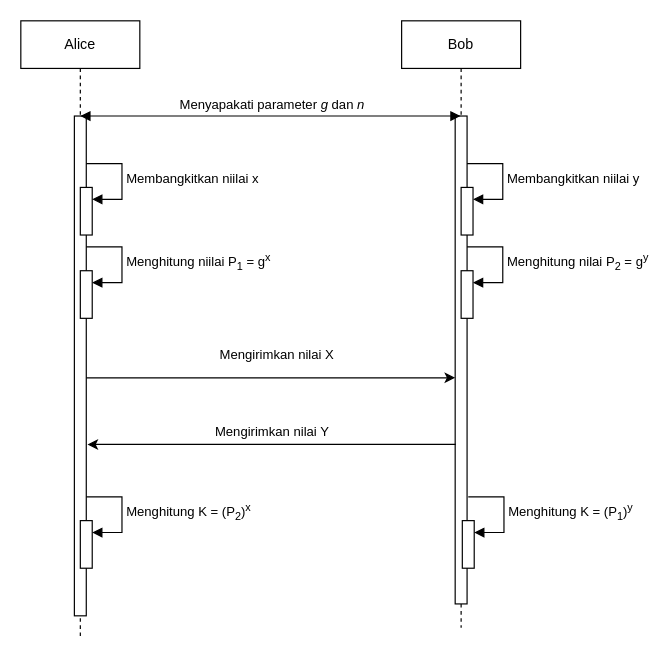
This is src/chapters/res/chapter-2/res/DH.drawio from bayusamudra5502/ta-kriptografi, a draw.io file, before an edit. Source tidied: cells renumbered, new cells numbered last; positions are measured from the earlier drawing's top-left corner, leaving out a move shared by most shapes. Both pictures are drawn from the tidied source at 119%, with x=0, y=0 at pixel (20, 20).
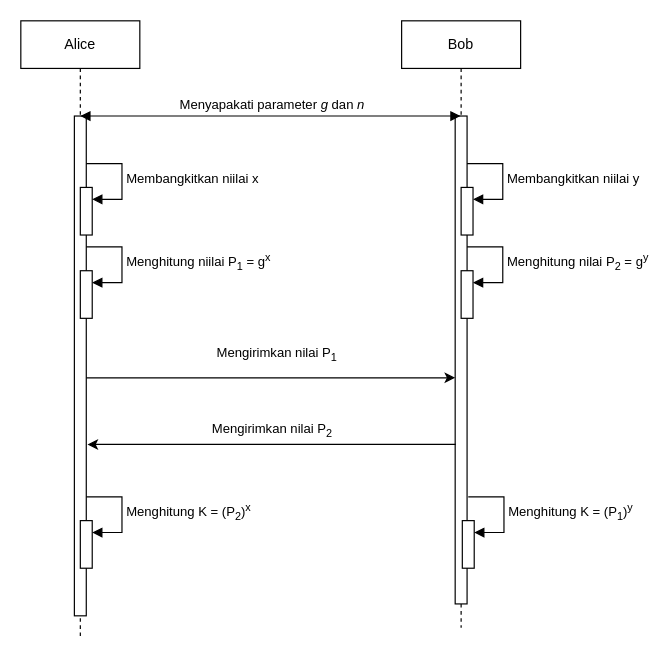
Above is the later version.

Unchanged cells that the change refers to:
```xml
<mxCell id="20" style="endArrow=classic;html=1;rounded=0;" parent="1" edge="1" source="3">
  <mxGeometry relative="1" as="geometry">
    <mxPoint x="365" y="300" as="targetPoint" />
  </mxGeometry>
</mxCell>
<mxCell id="22" style="endArrow=classic;html=1;rounded=0;" parent="1" edge="1">
  <mxGeometry relative="1" as="geometry">
    <mxPoint x="365.5" y="356" as="sourcePoint" />
    <mxPoint x="56" y="356" as="targetPoint" />
  </mxGeometry>
</mxCell>
```

Change to the diagram source:
```diff
@@
-    <mxCell id="21" value="Mengirimkan nilai X" style="edgeLabel;html=1;align=center;verticalAlign=middle;" parent="20" vertex="1">
+    <mxCell id="21" value="Mengirimkan nilai&amp;nbsp;P&lt;sub style=&quot;border-color: var(--border-color); text-align: left;&quot;&gt;1&lt;/sub&gt;" style="edgeLabel;html=1;align=center;verticalAlign=middle;" parent="20" vertex="1">
       <mxGeometry x="-0.2" y="1" relative="1" as="geometry">
         <mxPoint x="35" y="-19" as="offset" />
       </mxGeometry>
     </mxCell>
@@
-    <mxCell id="23" value="Mengirimkan nilai Y" style="edgeLabel;html=1;align=center;verticalAlign=middle;" parent="22" vertex="1">
+    <mxCell id="23" value="Mengirimkan nilai&amp;nbsp;P&lt;sub style=&quot;border-color: var(--border-color); text-align: left;&quot;&gt;2&lt;/sub&gt;" style="edgeLabel;html=1;align=center;verticalAlign=middle;" parent="22" vertex="1">
       <mxGeometry x="-0.2" relative="1" as="geometry">
         <mxPoint x="-31" y="-12" as="offset" />
       </mxGeometry>
     </mxCell>
```
